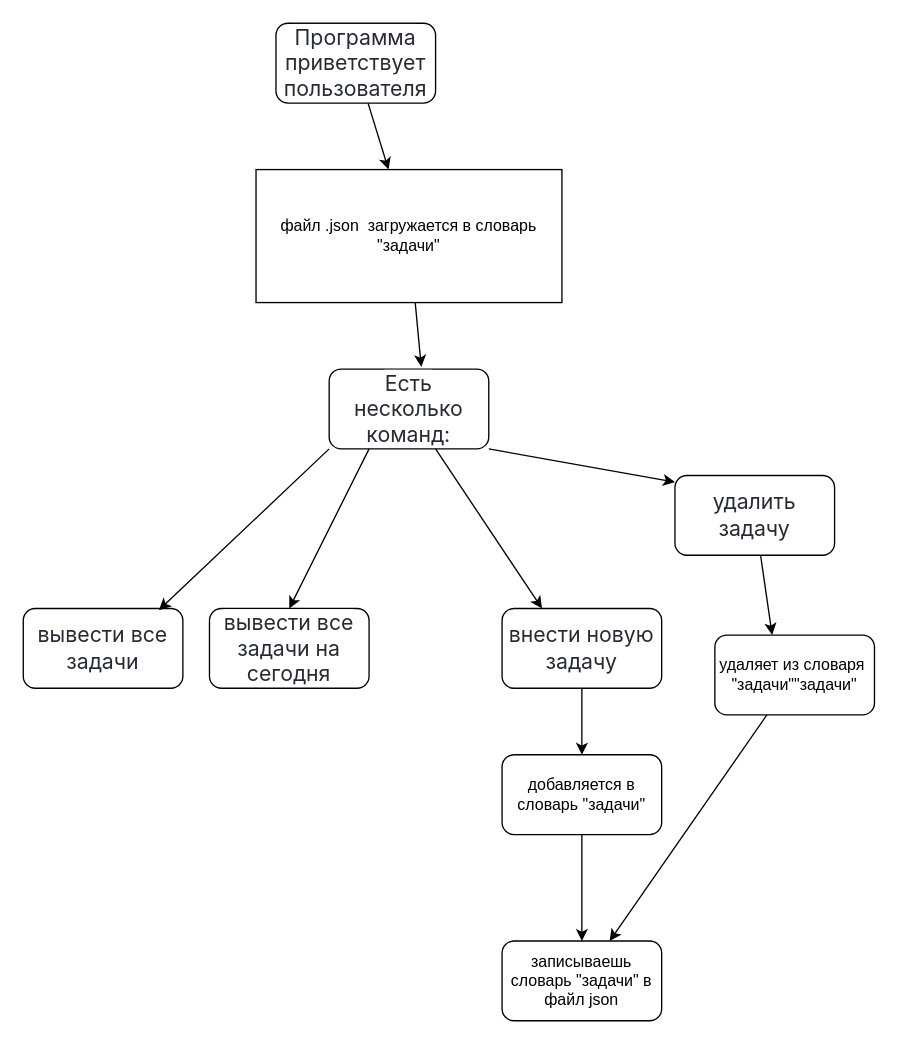
Above: test.drawio in FireMorrro/Task-list (draw.io), before the change. Source tidied: cells renumbered, new cells numbered last; positions are measured from the earlier drawing's top-left corner, leaving out a move shared by most shapes. Both pictures are drawn from the tidied source at 133%, with x=0, y=0 at pixel (23, 23).
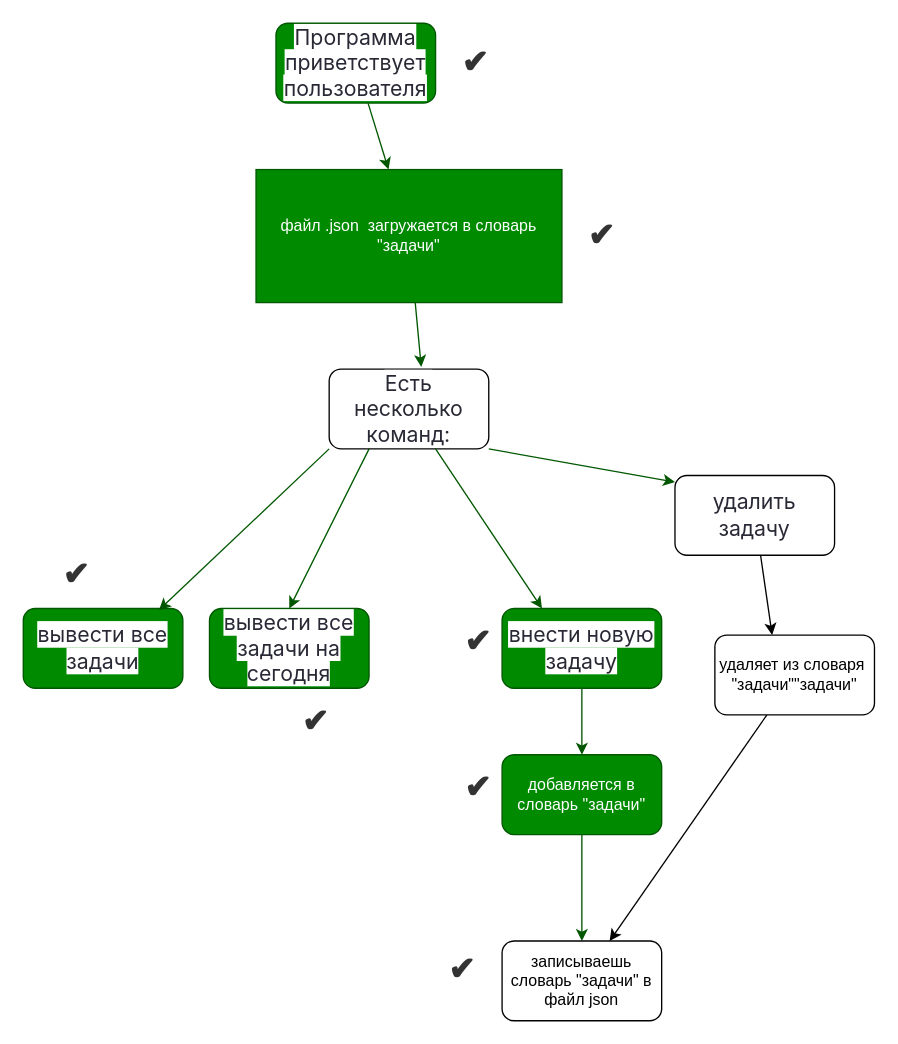
The same page after the edit.

The change refers to these unchanged cells:
```xml
<mxCell id="4" value="&lt;span style=&quot;color: rgb(41, 41, 54); font-family: Inter, -apple-system, BlinkMacSystemFont, &amp;quot;Segoe UI&amp;quot;, Roboto, Helvetica, Arial, sans-serif, &amp;quot;Apple Color Emoji&amp;quot;, &amp;quot;Segoe UI Emoji&amp;quot;, &amp;quot;Segoe UI Symbol&amp;quot;; font-size: 16px; text-align: start; background-color: rgb(255, 255, 255);&quot;&gt;Есть несколько команд:&lt;/span&gt;" style="rounded=1;whiteSpace=wrap;html=1;" parent="1" vertex="1">
  <mxGeometry x="230" y="260" width="120" height="60" as="geometry" />
</mxCell>
<mxCell id="19" value="записываешь словарь &quot;задачи&quot; в файл json&lt;br&gt;" style="whiteSpace=wrap;html=1;rounded=1;" parent="1" vertex="1">
  <mxGeometry x="360" y="690" width="120" height="60" as="geometry" />
</mxCell>
```

What changed in the source:
```diff
@@
-    <mxCell id="2" style="edgeStyle=none;html=1;" parent="1" edge="1" source="3" target="16">
+    <mxCell id="2" style="edgeStyle=none;html=1;fillColor=#008a00;strokeColor=#005700;" parent="1" edge="1" source="3" target="16">
       <mxGeometry relative="1" as="geometry" />
     </mxCell>
-    <mxCell id="3" value="&lt;span style=&quot;color: rgb(41, 41, 54); font-family: Inter, -apple-system, BlinkMacSystemFont, &amp;quot;Segoe UI&amp;quot;, Roboto, Helvetica, Arial, sans-serif, &amp;quot;Apple Color Emoji&amp;quot;, &amp;quot;Segoe UI Emoji&amp;quot;, &amp;quot;Segoe UI Symbol&amp;quot;; font-size: 16px; text-align: start; background-color: rgb(255, 255, 255);&quot;&gt;Программа приветствует пользователя&lt;br&gt;&lt;/span&gt;" style="rounded=1;whiteSpace=wrap;html=1;" parent="1" vertex="1">
+    <mxCell id="3" value="&lt;span style=&quot;color: rgb(41, 41, 54); font-family: Inter, -apple-system, BlinkMacSystemFont, &amp;quot;Segoe UI&amp;quot;, Roboto, Helvetica, Arial, sans-serif, &amp;quot;Apple Color Emoji&amp;quot;, &amp;quot;Segoe UI Emoji&amp;quot;, &amp;quot;Segoe UI Symbol&amp;quot;; font-size: 16px; text-align: start; background-color: rgb(255, 255, 255);&quot;&gt;Программа приветствует пользователя&lt;br&gt;&lt;/span&gt;" style="rounded=1;whiteSpace=wrap;html=1;fillColor=#008a00;fontColor=#ffffff;strokeColor=#005700;" parent="1" vertex="1">
       <mxGeometry x="190" width="120" height="60" as="geometry" />
     </mxCell>
@@
-    <mxCell id="5" value="&lt;span style=&quot;color: rgb(41, 41, 54); font-family: Inter, -apple-system, BlinkMacSystemFont, &amp;quot;Segoe UI&amp;quot;, Roboto, Helvetica, Arial, sans-serif, &amp;quot;Apple Color Emoji&amp;quot;, &amp;quot;Segoe UI Emoji&amp;quot;, &amp;quot;Segoe UI Symbol&amp;quot;; font-size: 16px; text-align: start; background-color: rgb(255, 255, 255);&quot;&gt;вывести все задачи&lt;/span&gt;" style="rounded=1;whiteSpace=wrap;html=1;" parent="1" vertex="1">
+    <mxCell id="5" value="&lt;span style=&quot;color: rgb(41, 41, 54); font-family: Inter, -apple-system, BlinkMacSystemFont, &amp;quot;Segoe UI&amp;quot;, Roboto, Helvetica, Arial, sans-serif, &amp;quot;Apple Color Emoji&amp;quot;, &amp;quot;Segoe UI Emoji&amp;quot;, &amp;quot;Segoe UI Symbol&amp;quot;; font-size: 16px; text-align: start; background-color: rgb(255, 255, 255);&quot;&gt;вывести все задачи&lt;/span&gt;" style="rounded=1;whiteSpace=wrap;html=1;fillColor=#008a00;fontColor=#ffffff;strokeColor=#005700;" parent="1" vertex="1">
       <mxGeometry y="440" width="120" height="60" as="geometry" />
     </mxCell>
-    <mxCell id="6" value="&lt;span style=&quot;color: rgb(41, 41, 54); font-family: Inter, -apple-system, BlinkMacSystemFont, &amp;quot;Segoe UI&amp;quot;, Roboto, Helvetica, Arial, sans-serif, &amp;quot;Apple Color Emoji&amp;quot;, &amp;quot;Segoe UI Emoji&amp;quot;, &amp;quot;Segoe UI Symbol&amp;quot;; font-size: 16px; text-align: start; background-color: rgb(255, 255, 255);&quot;&gt;вывести все задачи на сегодня&lt;/span&gt;" style="rounded=1;whiteSpace=wrap;html=1;" parent="1" vertex="1">
+    <mxCell id="6" value="&lt;span style=&quot;color: rgb(41, 41, 54); font-family: Inter, -apple-system, BlinkMacSystemFont, &amp;quot;Segoe UI&amp;quot;, Roboto, Helvetica, Arial, sans-serif, &amp;quot;Apple Color Emoji&amp;quot;, &amp;quot;Segoe UI Emoji&amp;quot;, &amp;quot;Segoe UI Symbol&amp;quot;; font-size: 16px; text-align: start; background-color: rgb(255, 255, 255);&quot;&gt;вывести все задачи на сегодня&lt;/span&gt;" style="rounded=1;whiteSpace=wrap;html=1;fillColor=#008a00;fontColor=#ffffff;strokeColor=#005700;" parent="1" vertex="1">
       <mxGeometry x="140" y="440" width="120" height="60" as="geometry" />
     </mxCell>
-    <mxCell id="7" style="edgeStyle=none;html=1;" parent="1" edge="1" source="8" target="18">
+    <mxCell id="7" style="edgeStyle=none;html=1;fillColor=#008a00;strokeColor=#005700;" parent="1" edge="1" source="8" target="18">
       <mxGeometry relative="1" as="geometry" />
     </mxCell>
-    <mxCell id="8" value="&lt;span style=&quot;color: rgb(41, 41, 54); font-family: Inter, -apple-system, BlinkMacSystemFont, &amp;quot;Segoe UI&amp;quot;, Roboto, Helvetica, Arial, sans-serif, &amp;quot;Apple Color Emoji&amp;quot;, &amp;quot;Segoe UI Emoji&amp;quot;, &amp;quot;Segoe UI Symbol&amp;quot;; font-size: 16px; text-align: start; background-color: rgb(255, 255, 255);&quot;&gt;внести новую задачу&lt;/span&gt;" style="rounded=1;whiteSpace=wrap;html=1;" parent="1" vertex="1">
+    <mxCell id="8" value="&lt;span style=&quot;color: rgb(41, 41, 54); font-family: Inter, -apple-system, BlinkMacSystemFont, &amp;quot;Segoe UI&amp;quot;, Roboto, Helvetica, Arial, sans-serif, &amp;quot;Apple Color Emoji&amp;quot;, &amp;quot;Segoe UI Emoji&amp;quot;, &amp;quot;Segoe UI Symbol&amp;quot;; font-size: 16px; text-align: start; background-color: rgb(255, 255, 255);&quot;&gt;внести новую задачу&lt;/span&gt;" style="rounded=1;whiteSpace=wrap;html=1;fillColor=#008a00;fontColor=#ffffff;strokeColor=#005700;" parent="1" vertex="1">
       <mxGeometry x="360" y="440" width="120" height="60" as="geometry" />
     </mxCell>
@@
-    <mxCell id="11" style="endArrow=classic;html=1;entryX=0.85;entryY=0.021;entryDx=0;entryDy=0;exitX=0;exitY=1;exitDx=0;exitDy=0;entryPerimeter=0;" parent="1" edge="1" source="4" target="5">
+    <mxCell id="11" style="endArrow=classic;html=1;entryX=0.85;entryY=0.021;entryDx=0;entryDy=0;exitX=0;exitY=1;exitDx=0;exitDy=0;entryPerimeter=0;fillColor=#008a00;strokeColor=#005700;" parent="1" edge="1" source="4" target="5">
       <mxGeometry relative="1" as="geometry" />
     </mxCell>
-    <mxCell id="12" style="endArrow=classic;html=1;entryX=0.5;entryY=0;entryDx=0;entryDy=0;exitX=0.25;exitY=1;exitDx=0;exitDy=0;" parent="1" edge="1" source="4" target="6">
+    <mxCell id="12" style="endArrow=classic;html=1;entryX=0.5;entryY=0;entryDx=0;entryDy=0;exitX=0.25;exitY=1;exitDx=0;exitDy=0;fillColor=#008a00;strokeColor=#005700;" parent="1" edge="1" source="4" target="6">
       <mxGeometry relative="1" as="geometry" />
     </mxCell>
-    <mxCell id="13" style="endArrow=classic;html=1;entryX=0.25;entryY=0;entryDx=0;entryDy=0;" parent="1" edge="1" source="4" target="8">
+    <mxCell id="13" style="endArrow=classic;html=1;entryX=0.25;entryY=0;entryDx=0;entryDy=0;fillColor=#008a00;strokeColor=#005700;" parent="1" edge="1" source="4" target="8">
       <mxGeometry relative="1" as="geometry" />
     </mxCell>
-    <mxCell id="14" style="endArrow=classic;html=1;entryX=0;entryY=0.25;entryDx=0;entryDy=0;exitX=1;exitY=1;exitDx=0;exitDy=0;" parent="1" edge="1" source="4">
+    <mxCell id="14" style="endArrow=classic;html=1;entryX=0;entryY=0.25;entryDx=0;entryDy=0;exitX=1;exitY=1;exitDx=0;exitDy=0;fillColor=#008a00;strokeColor=#005700;" parent="1" edge="1" source="4">
       <mxGeometry relative="1" as="geometry">
         <mxPoint x="490" y="345" as="targetPoint" />
       </mxGeometry>
     </mxCell>
-    <mxCell id="15" style="edgeStyle=none;html=1;entryX=0.577;entryY=-0.027;entryDx=0;entryDy=0;entryPerimeter=0;" parent="1" edge="1" source="16" target="4">
+    <mxCell id="15" style="edgeStyle=none;html=1;entryX=0.577;entryY=-0.027;entryDx=0;entryDy=0;entryPerimeter=0;fillColor=#008a00;strokeColor=#005700;" parent="1" edge="1" source="16" target="4">
       <mxGeometry relative="1" as="geometry" />
     </mxCell>
-    <mxCell id="16" value="файл .json&amp;nbsp; загружается в словарь &quot;задачи&quot;" style="rounded=0;whiteSpace=wrap;html=1;" parent="1" vertex="1">
+    <mxCell id="16" value="файл .json&amp;nbsp; загружается в словарь &quot;задачи&quot;" style="rounded=0;whiteSpace=wrap;html=1;fillColor=#008a00;fontColor=#ffffff;strokeColor=#005700;" parent="1" vertex="1">
       <mxGeometry x="175" y="110" width="230" height="100" as="geometry" />
     </mxCell>
-    <mxCell id="17" style="edgeStyle=none;html=1;" parent="1" edge="1" source="18" target="19">
+    <mxCell id="17" style="edgeStyle=none;html=1;fillColor=#008a00;strokeColor=#005700;" parent="1" edge="1" source="18" target="19">
       <mxGeometry relative="1" as="geometry" />
     </mxCell>
-    <mxCell id="18" value="добавляется в словарь &quot;задачи&quot;" style="whiteSpace=wrap;html=1;rounded=1;" parent="1" vertex="1">
+    <mxCell id="18" value="добавляется в словарь &quot;задачи&quot;" style="whiteSpace=wrap;html=1;rounded=1;fillColor=#008a00;fontColor=#ffffff;strokeColor=#005700;" parent="1" vertex="1">
       <mxGeometry x="360" y="550" width="120" height="60" as="geometry" />
     </mxCell>
@@
+    <mxCell id="22" value="&lt;span style=&quot;color: rgb(51, 51, 51); font-family: &amp;quot;YS Text&amp;quot;, Arial, Helvetica, &amp;quot;Arial Unicode MS&amp;quot;, sans-serif; font-size: 24px; font-weight: 700; text-align: start; background-color: rgb(255, 255, 255);&quot;&gt;✔&lt;/span&gt;" style="text;html=1;strokeColor=none;fillColor=none;align=center;verticalAlign=middle;whiteSpace=wrap;rounded=0;" parent="1" vertex="1">
+      <mxGeometry x="310" y="15" width="60" height="30" as="geometry" />
+    </mxCell>
+    <mxCell id="23" value="&lt;span style=&quot;color: rgb(51, 51, 51); font-family: &amp;quot;YS Text&amp;quot;, Arial, Helvetica, &amp;quot;Arial Unicode MS&amp;quot;, sans-serif; font-size: 24px; font-weight: 700; text-align: start; background-color: rgb(255, 255, 255);&quot;&gt;✔&lt;/span&gt;" style="text;html=1;strokeColor=none;fillColor=none;align=center;verticalAlign=middle;whiteSpace=wrap;rounded=0;" parent="1" vertex="1">
+      <mxGeometry x="405" y="145" width="60" height="30" as="geometry" />
+    </mxCell>
+    <mxCell id="24" value="&lt;span style=&quot;color: rgb(51, 51, 51); font-family: &amp;quot;YS Text&amp;quot;, Arial, Helvetica, &amp;quot;Arial Unicode MS&amp;quot;, sans-serif; font-size: 24px; font-weight: 700; text-align: start; background-color: rgb(255, 255, 255);&quot;&gt;✔&lt;/span&gt;" style="text;html=1;strokeColor=none;fillColor=none;align=center;verticalAlign=middle;whiteSpace=wrap;rounded=0;" parent="1" vertex="1">
+      <mxGeometry x="190" y="510" width="60" height="30" as="geometry" />
+    </mxCell>
+    <mxCell id="25" value="&lt;span style=&quot;color: rgb(51, 51, 51); font-family: &amp;quot;YS Text&amp;quot;, Arial, Helvetica, &amp;quot;Arial Unicode MS&amp;quot;, sans-serif; font-size: 24px; font-weight: 700; text-align: start; background-color: rgb(255, 255, 255);&quot;&gt;✔&lt;/span&gt;" style="text;html=1;strokeColor=none;fillColor=none;align=center;verticalAlign=middle;whiteSpace=wrap;rounded=0;" parent="1" vertex="1">
+      <mxGeometry x="10" y="400" width="60" height="30" as="geometry" />
+    </mxCell>
+    <mxCell id="26" value="&#10;&lt;span style=&quot;color: rgb(51, 51, 51); font-family: &amp;quot;YS Text&amp;quot;, Arial, Helvetica, &amp;quot;Arial Unicode MS&amp;quot;, sans-serif; font-size: 24px; font-style: normal; font-variant-ligatures: normal; font-variant-caps: normal; font-weight: 700; letter-spacing: normal; orphans: 2; text-align: start; text-indent: 0px; text-transform: none; widows: 2; word-spacing: 0px; -webkit-text-stroke-width: 0px; background-color: rgb(255, 255, 255); text-decoration-thickness: initial; text-decoration-style: initial; text-decoration-color: initial; float: none; display: inline !important;&quot;&gt;✔&lt;/span&gt;&#10;&#10;" style="text;whiteSpace=wrap;html=1;" parent="1" vertex="1">
+      <mxGeometry x="330" y="430" width="50" height="50" as="geometry" />
+    </mxCell>
+    <mxCell id="27" value="&#10;&lt;span style=&quot;color: rgb(51, 51, 51); font-family: &amp;quot;YS Text&amp;quot;, Arial, Helvetica, &amp;quot;Arial Unicode MS&amp;quot;, sans-serif; font-size: 24px; font-style: normal; font-variant-ligatures: normal; font-variant-caps: normal; font-weight: 700; letter-spacing: normal; orphans: 2; text-align: start; text-indent: 0px; text-transform: none; widows: 2; word-spacing: 0px; -webkit-text-stroke-width: 0px; background-color: rgb(255, 255, 255); text-decoration-thickness: initial; text-decoration-style: initial; text-decoration-color: initial; float: none; display: inline !important;&quot;&gt;✔&lt;/span&gt;&#10;&#10;" style="text;whiteSpace=wrap;html=1;" parent="1" vertex="1">
+      <mxGeometry x="330" y="540" width="50" height="50" as="geometry" />
+    </mxCell>
+    <mxCell id="28" value="&lt;br style=&quot;text-align: left;&quot;&gt;&lt;span style=&quot;color: rgb(51, 51, 51); font-family: &amp;quot;YS Text&amp;quot;, Arial, Helvetica, &amp;quot;Arial Unicode MS&amp;quot;, sans-serif; font-size: 24px; font-weight: 700; text-align: start; background-color: rgb(255, 255, 255);&quot;&gt;✔&lt;/span&gt;&lt;br style=&quot;text-align: left;&quot;&gt;&lt;div style=&quot;text-align: start;&quot;&gt;&lt;/div&gt;" style="text;html=1;strokeColor=none;fillColor=none;align=center;verticalAlign=middle;whiteSpace=wrap;rounded=0;" parent="1" vertex="1">
+      <mxGeometry x="300" y="690" width="60" height="30" as="geometry" />
+    </mxCell>
```
